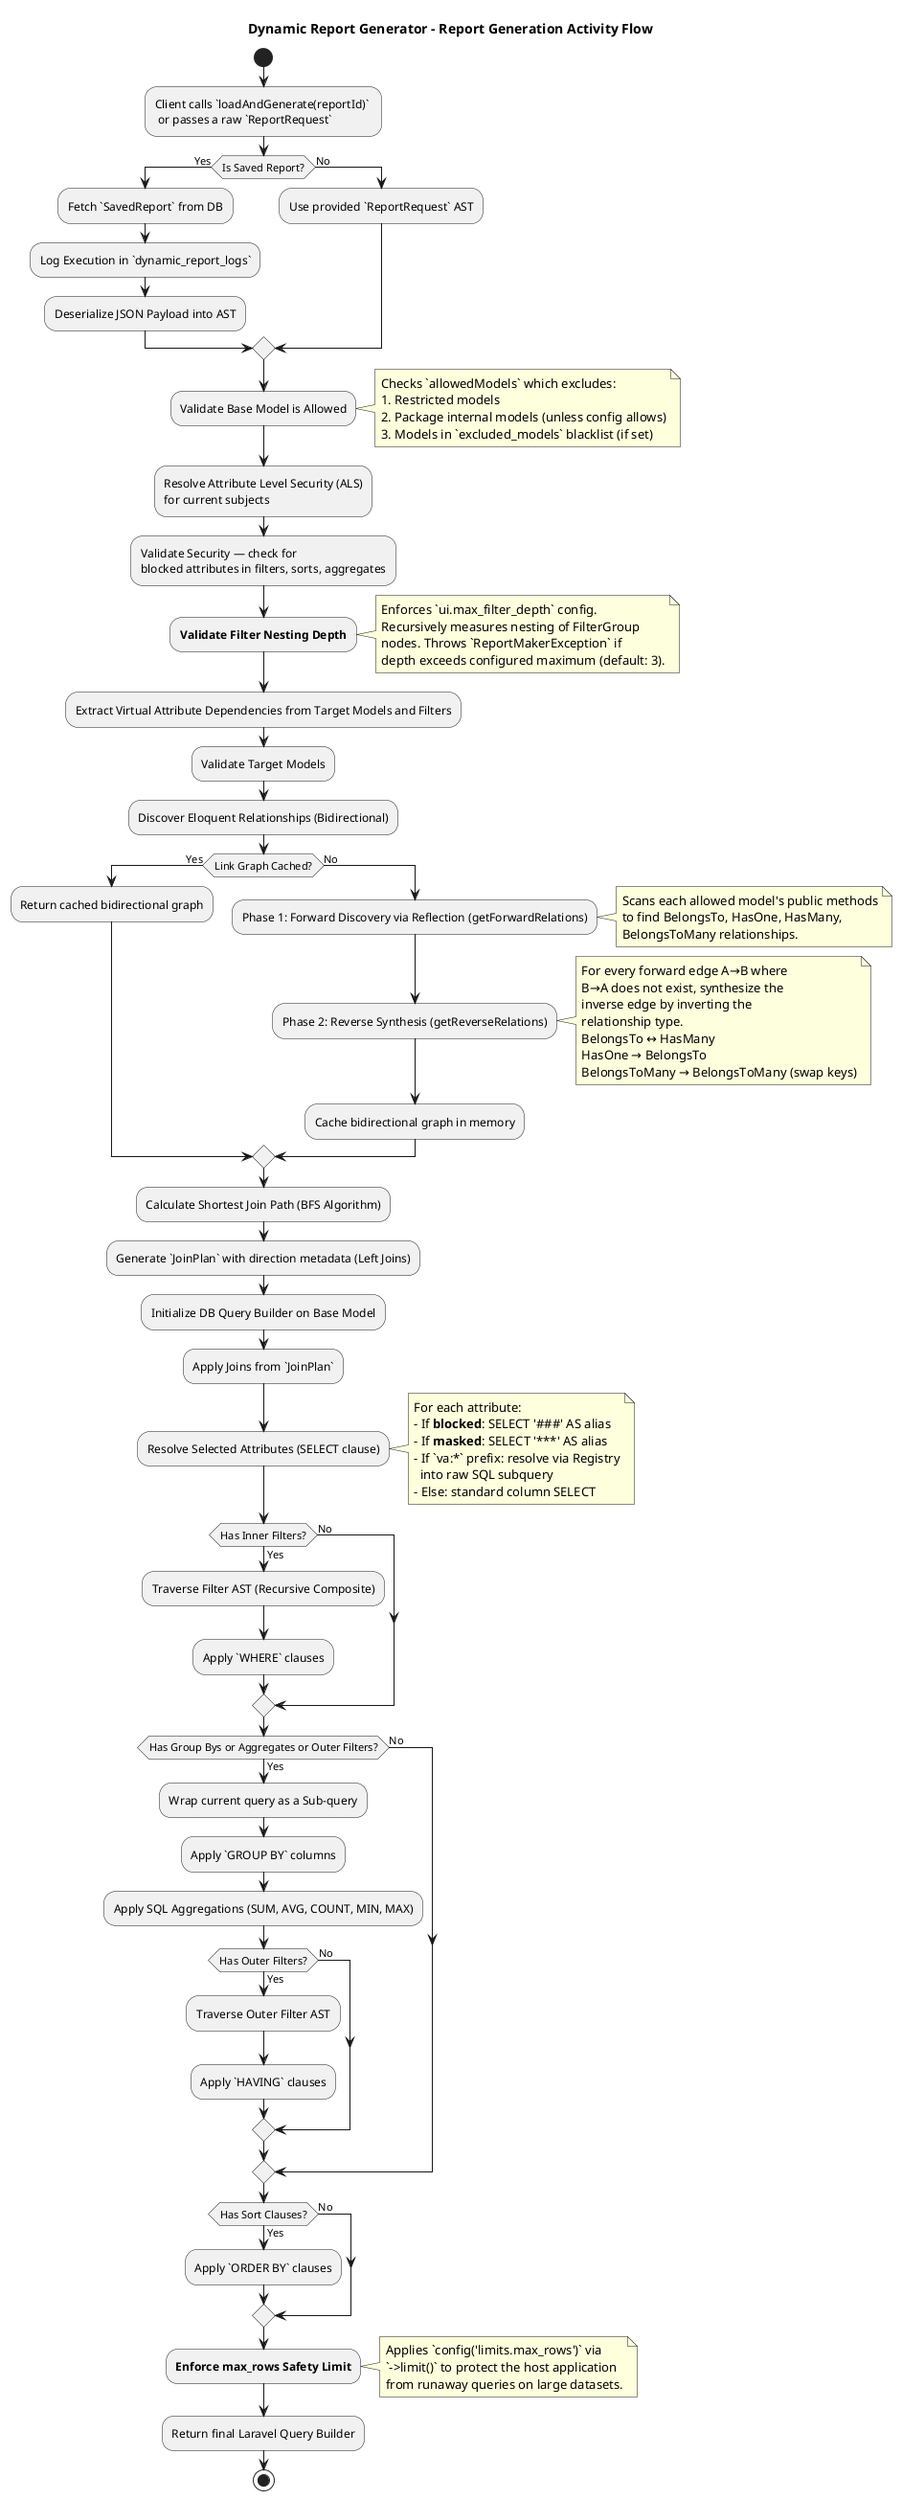
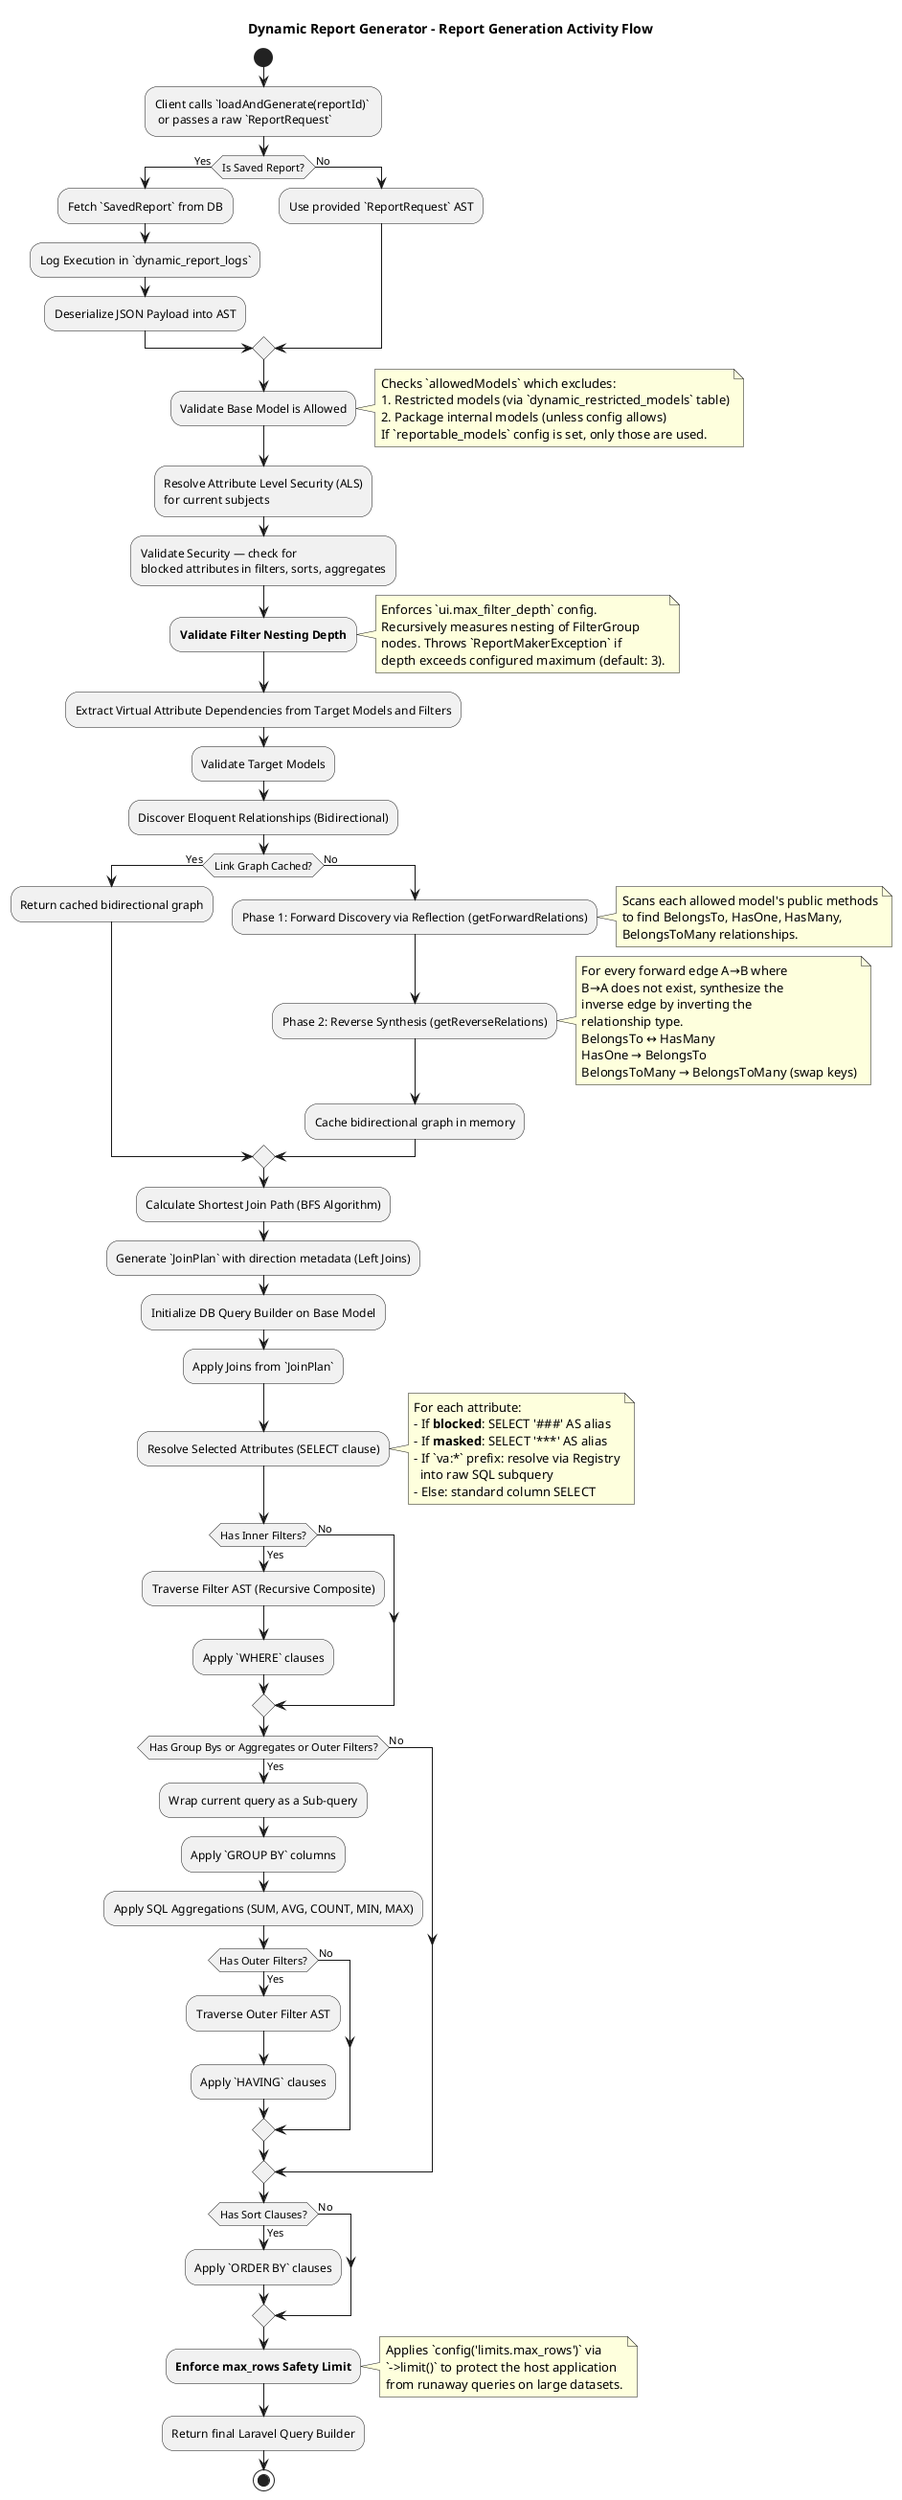
@startuml Activity Diagram
title Dynamic Report Generator - Report Generation Activity Flow

start

:Client calls `loadAndGenerate(reportId)` \n or passes a raw `ReportRequest`;

if (Is Saved Report?) then (Yes)
  :Fetch `SavedReport` from DB;
  :Log Execution in `dynamic_report_logs`;
  :Deserialize JSON Payload into AST;
else (No)
  :Use provided `ReportRequest` AST;
endif

:Validate Base Model is Allowed;
note right
  Checks `allowedModels` which excludes:
-   1. Restricted models
+   1. Restricted models (via `dynamic_restricted_models` table)
  2. Package internal models (unless config allows)
-   3. Models in `excluded_models` blacklist (if set)
+   If `reportable_models` config is set, only those are used.
end note

:Resolve Attribute Level Security (ALS)\nfor current subjects;

:Validate Security — check for\nblocked attributes in filters, sorts, aggregates;

:**Validate Filter Nesting Depth**;
note right
  Enforces `ui.max_filter_depth` config.
  Recursively measures nesting of FilterGroup
  nodes. Throws `ReportMakerException` if
  depth exceeds configured maximum (default: 3).
end note

:Extract Virtual Attribute Dependencies from Target Models and Filters;
:Validate Target Models;

:Discover Eloquent Relationships (Bidirectional);

if (Link Graph Cached?) then (Yes)
  :Return cached bidirectional graph;
else (No)
  :Phase 1: Forward Discovery via Reflection (getForwardRelations);
  note right
    Scans each allowed model's public methods
    to find BelongsTo, HasOne, HasMany,
    BelongsToMany relationships.
  end note
  :Phase 2: Reverse Synthesis (getReverseRelations);
  note right
    For every forward edge A→B where
    B→A does not exist, synthesize the
    inverse edge by inverting the
    relationship type.
    BelongsTo ↔ HasMany
    HasOne → BelongsTo
    BelongsToMany → BelongsToMany (swap keys)
  end note
  :Cache bidirectional graph in memory;
endif

:Calculate Shortest Join Path (BFS Algorithm);
:Generate `JoinPlan` with direction metadata (Left Joins);

:Initialize DB Query Builder on Base Model;
:Apply Joins from `JoinPlan`;

:Resolve Selected Attributes (SELECT clause);
note right
  For each attribute:
  - If **blocked**: SELECT '###' AS alias
  - If **masked**: SELECT '***' AS alias
  - If `va:*` prefix: resolve via Registry
    into raw SQL subquery
  - Else: standard column SELECT
end note

if (Has Inner Filters?) then (Yes)
  :Traverse Filter AST (Recursive Composite);
  :Apply `WHERE` clauses;
else (No)
endif

if (Has Group Bys or Aggregates or Outer Filters?) then (Yes)
  :Wrap current query as a Sub-query;
  :Apply `GROUP BY` columns;
  :Apply SQL Aggregations (SUM, AVG, COUNT, MIN, MAX);

  if (Has Outer Filters?) then (Yes)
    :Traverse Outer Filter AST;
    :Apply `HAVING` clauses;
  else (No)
  endif
else (No)
endif

if (Has Sort Clauses?) then (Yes)
  :Apply `ORDER BY` clauses;
else (No)
endif

:**Enforce max_rows Safety Limit**;
note right
  Applies `config('limits.max_rows')` via
  `->limit()` to protect the host application
  from runaway queries on large datasets.
end note

:Return final Laravel Query Builder;

stop

@enduml
